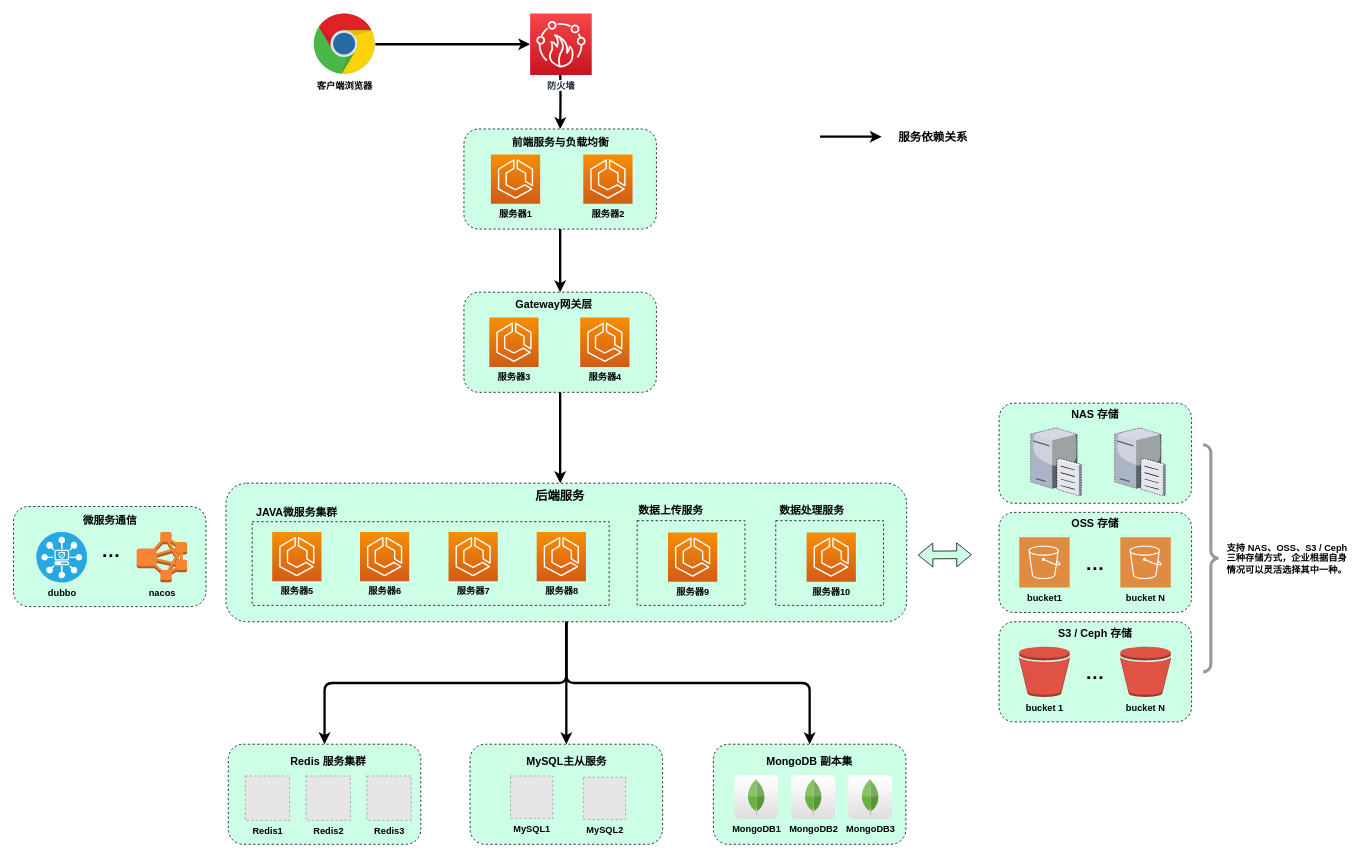
The draw.io diagram ShujiajiaPro/部署架构（非阿里云版）.drawio in rainoo/diagrams, before the edit. Source tidied: cells renumbered, new cells numbered last; positions are measured from the earlier drawing's top-left corner, leaving out a move shared by most shapes. Both pictures are drawn from the tidied source at 77%, with x=0, y=0 at pixel (13, 13). Pictures stored in the file or linked from it are replaced by grey dashed boxes.
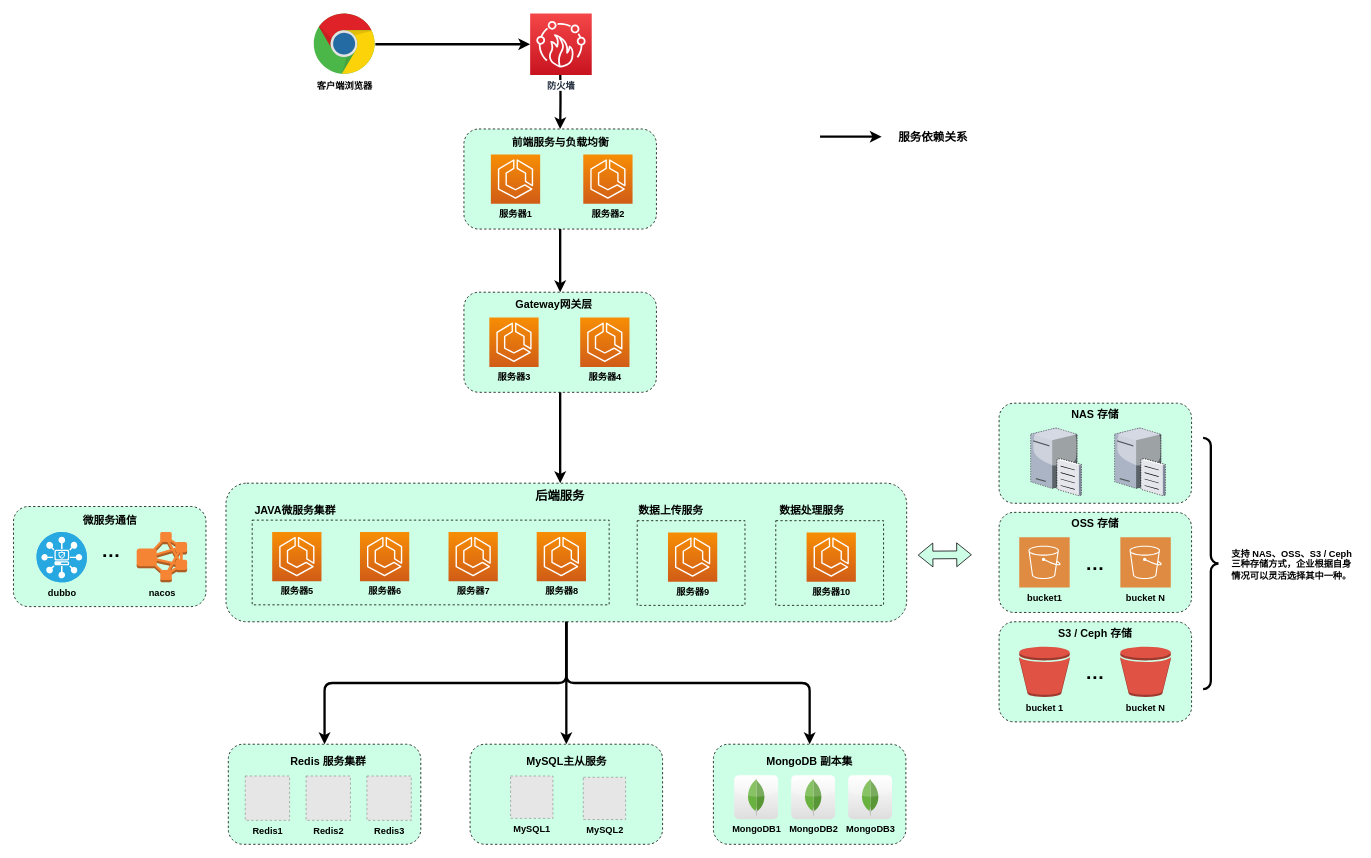
The same diagram, later.

Commit message (it also covers changes not shown here):
更新部署架构（非阿里云版）.drawio

The change refers to these unchanged cells:
```xml
<mxCell id="2" style="group;" parent="1" vertex="1">
  <mxGeometry x="336" y="610" width="824" height="230" as="geometry" />
</mxCell>
```

The edit, as a diff of the source:
```diff
@@
     <mxCell id="5" value="&lt;b&gt;&lt;font style=&quot;font-size: 14px&quot;&gt;JAVA微服务集群&lt;/font&gt;&lt;/b&gt;" style="text;html=1;strokeColor=none;fillColor=none;align=center;verticalAlign=middle;whiteSpace=wrap;rounded=0;" parent="2" vertex="1">
-      <mxGeometry x="-26" y="24" width="116" height="27.7" as="geometry" />
+      <mxGeometry x="-28" y="22" width="116" height="27.7" as="geometry" />
     </mxCell>
@@
     <mxCell id="11" style="rounded=0;whiteSpace=wrap;html=1;align=center;strokeWidth=1;dashed=1;fillColor=none;" parent="1" vertex="1">
-      <mxGeometry x="310" y="660" width="463.6" height="108.7" as="geometry" />
+      <mxGeometry x="310" y="658" width="463.6" height="110" as="geometry" />
     </mxCell>
@@
     <mxCell id="68" value="&lt;b&gt;支持 NAS、OSS、S3 / Ceph&lt;br&gt;三种存储方式，企业根据自身情况可以灵活选择其中一种。&lt;/b&gt;" style="text;html=1;strokeColor=none;fillColor=none;align=left;verticalAlign=middle;whiteSpace=wrap;rounded=0;" parent="1" vertex="1">
-      <mxGeometry x="1574" y="677.6" width="166" height="60" as="geometry" />
+      <mxGeometry x="1580" y="685.6" width="166" height="60" as="geometry" />
     </mxCell>
@@
-    <mxCell id="74" style="verticalLabelPosition=bottom;shadow=0;dashed=0;align=center;html=1;verticalAlign=top;strokeWidth=4;shape=mxgraph.mockup.markup.curlyBrace;strokeColor=#999999;fillColor=none;rotation=90;" parent="1" vertex="1">
-      <mxGeometry x="1407.5" y="697.6" width="295" height="20" as="geometry" />
+    <mxCell id="74" style="verticalLabelPosition=bottom;shadow=0;align=center;html=1;verticalAlign=top;strokeWidth=3;shape=mxgraph.mockup.markup.curlyBrace;fillColor=none;rotation=90;" parent="1" vertex="1">
+      <mxGeometry x="1391.9" y="704.3" width="326.2" height="20" as="geometry" />
     </mxCell>
```
